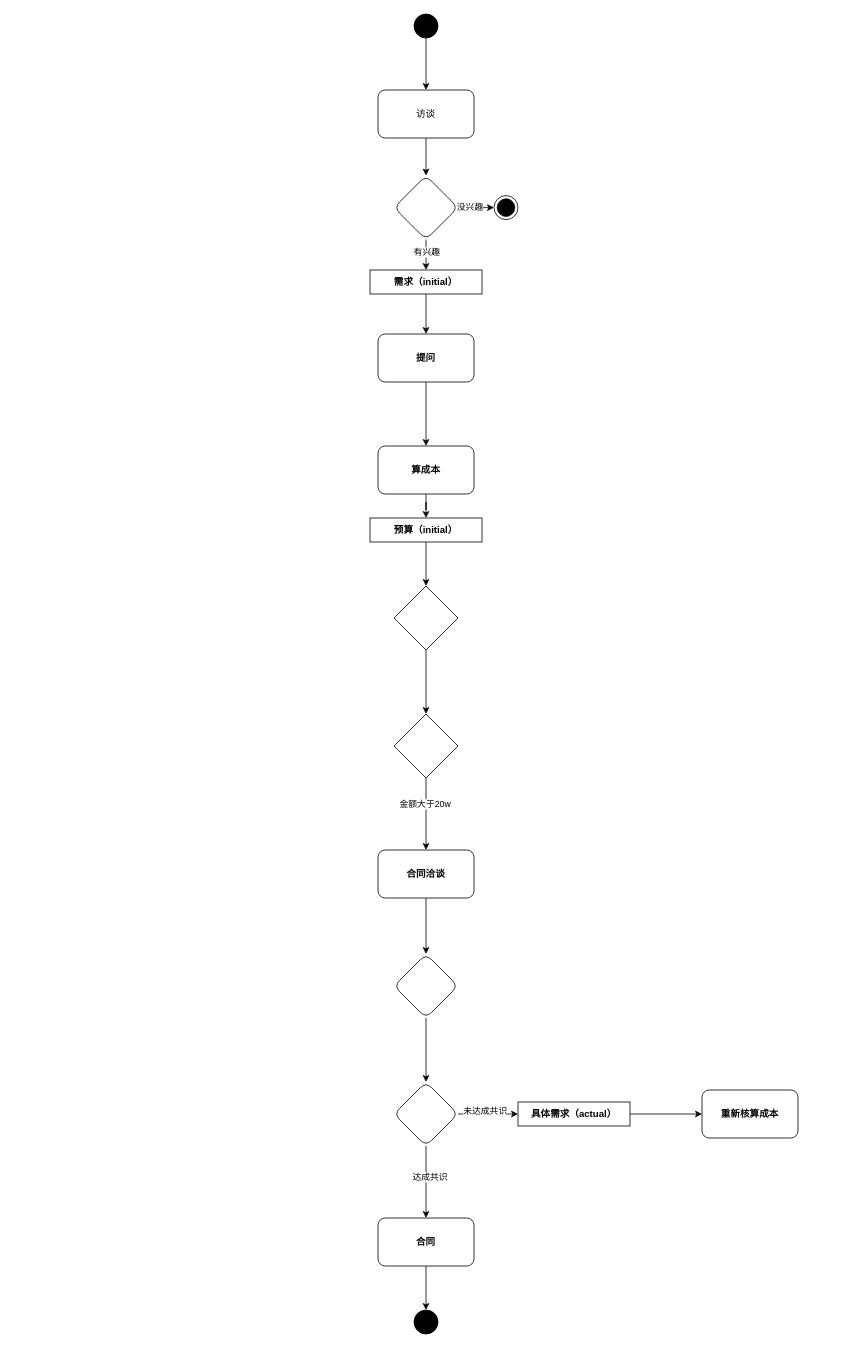
Earlier version of the draw.io diagram 未命名绘图.drawio (markzhang12345/drawio). Source tidied: cells renumbered, new cells numbered last; positions are measured from the earlier drawing's top-left corner, leaving out a move shared by most shapes. Both pictures are drawn from the tidied source at 80%, with x=0, y=0 at pixel (370, 14).
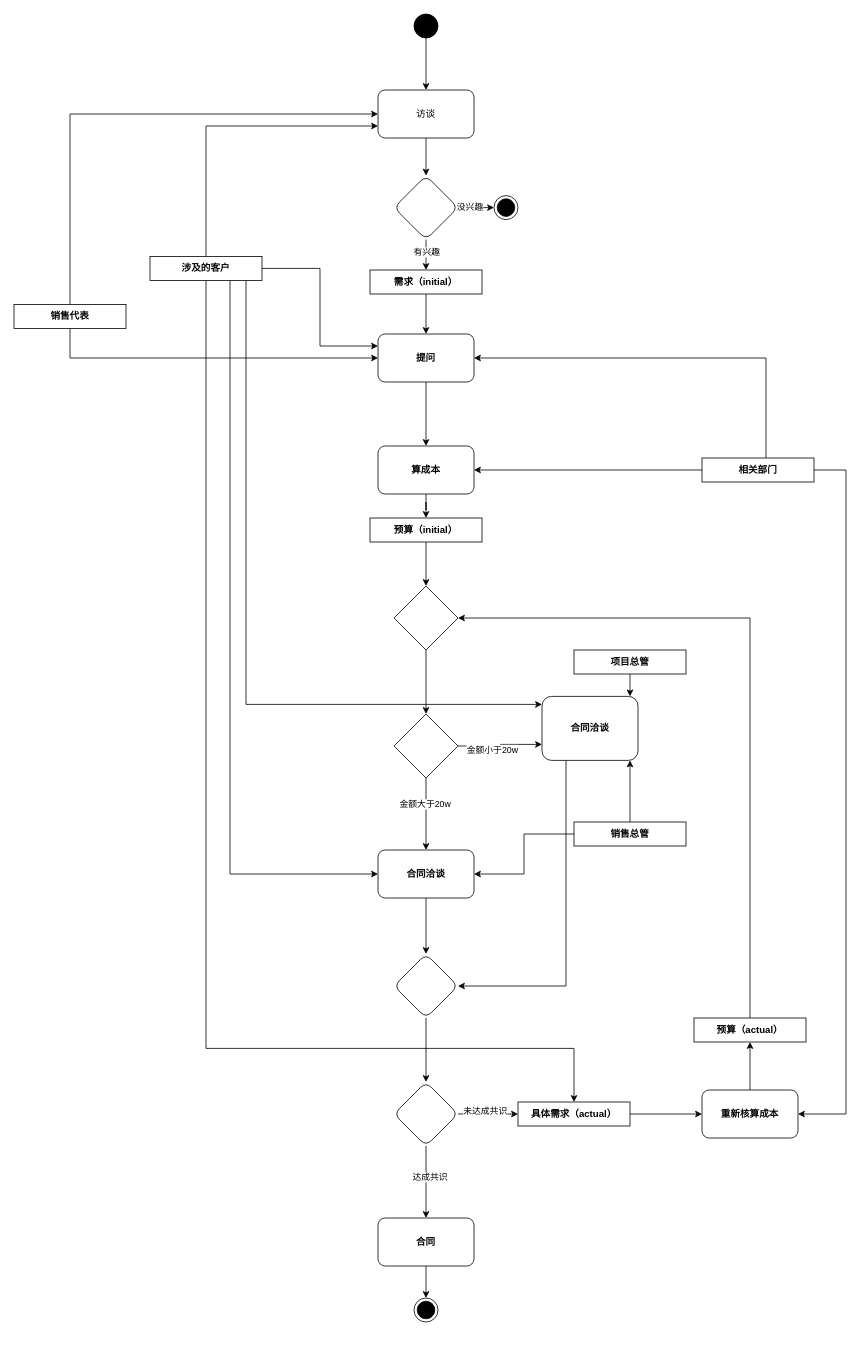
Above is the later version.

Unchanged cells that the change refers to:
```xml
<mxCell id="5" value="访谈" style="rounded=1;whiteSpace=wrap;html=1;fillColor=default;fontSize=12;direction=west;flipV=0;flipH=1;" parent="1" vertex="1">
  <mxGeometry x="10" y="95" width="120" height="60" as="geometry" />
</mxCell>
<mxCell id="15" value="提问" style="rounded=1;whiteSpace=wrap;html=1;fontStyle=1;" parent="1" vertex="1">
  <mxGeometry x="10" y="400" width="120" height="60" as="geometry" />
</mxCell>
<mxCell id="17" value="算成本" style="rounded=1;whiteSpace=wrap;html=1;fontStyle=1;" parent="1" vertex="1">
  <mxGeometry x="10" y="540" width="120" height="60" as="geometry" />
</mxCell>
<mxCell id="21" style="rhombus;whiteSpace=wrap;html=1;fontStyle=1;" parent="1" vertex="1">
  <mxGeometry x="30" y="715" width="80" height="80" as="geometry" />
</mxCell>
<mxCell id="24" style="rhombus;whiteSpace=wrap;html=1;fontStyle=1;" parent="1" vertex="1">
  <mxGeometry x="30" y="875" width="80" height="80" as="geometry" />
</mxCell>
<mxCell id="26" value="合同洽谈" style="rounded=1;whiteSpace=wrap;html=1;fontStyle=1;" parent="1" vertex="1">
  <mxGeometry x="10" y="1045" width="120" height="60" as="geometry" />
</mxCell>
<mxCell id="28" style="rhombus;whiteSpace=wrap;html=1;rounded=1;fontStyle=1;" parent="1" vertex="1">
  <mxGeometry x="30" y="1175" width="80" height="80" as="geometry" />
</mxCell>
<mxCell id="35" value="合同" style="rounded=1;whiteSpace=wrap;html=1;fontStyle=1;" parent="1" vertex="1">
  <mxGeometry x="10" y="1505" width="120" height="60" as="geometry" />
</mxCell>
<mxCell id="38" value="具体需求（actual）" style="fontStyle=1;whiteSpace=wrap;html=1;" parent="1" vertex="1">
  <mxGeometry x="185" y="1360" width="140" height="30" as="geometry" />
</mxCell>
<mxCell id="39" value="重新核算成本" style="rounded=1;whiteSpace=wrap;html=1;fontStyle=1;" parent="1" vertex="1">
  <mxGeometry x="415" y="1345" width="120" height="60" as="geometry" />
</mxCell>
```

Change to the diagram source:
```diff
@@
+    <mxCell id="40" style="edgeStyle=orthogonalEdgeStyle;rounded=0;jettySize=auto;html=1;entryX=0;entryY=0.75;entryDx=0;entryDy=0;" parent="1" edge="1" source="24" target="50">
+      <mxGeometry relative="1" as="geometry">
+        <Array as="points">
+          <mxPoint x="163" y="915" />
+          <mxPoint x="163" y="913" />
+        </Array>
+      </mxGeometry>
+    </mxCell>
+    <mxCell id="41" value="金额小于20w" style="edgeLabel;html=1;align=center;verticalAlign=middle;" parent="40" vertex="1">
+      <mxGeometry x="-0.22" y="-4" relative="1" as="geometry" />
+    </mxCell>
@@
-    <mxCell id="34" style="edgeStyle=orthogonalEdgeStyle;rounded=0;jettySize=auto;html=1;" parent="1" edge="1" source="35" target="36">
+    <mxCell id="34" style="edgeStyle=orthogonalEdgeStyle;rounded=0;jettySize=auto;html=1;" parent="1" edge="1" source="35" target="65">
       <mxGeometry relative="1" as="geometry" />
     </mxCell>
@@
-    <mxCell id="36" style="ellipse;fillColor=strokeColor;html=1;" parent="1" vertex="1">
-      <mxGeometry x="55" y="1620" width="30" height="30" as="geometry" />
-    </mxCell>
@@
+    <mxCell id="42" style="edgeStyle=orthogonalEdgeStyle;rounded=0;jettySize=auto;html=1;" parent="1" edge="1" source="39" target="44">
+      <mxGeometry relative="1" as="geometry" />
+    </mxCell>
@@
+    <mxCell id="43" style="edgeStyle=orthogonalEdgeStyle;rounded=0;jettySize=auto;html=1;entryX=1;entryY=0.5;entryDx=0;entryDy=0;exitX=0.5;exitY=0;exitDx=0;exitDy=0;" parent="1" edge="1" source="44" target="21">
+      <mxGeometry relative="1" as="geometry" />
+    </mxCell>
+    <mxCell id="44" value="预算（actual）" style="fontStyle=1;whiteSpace=wrap;html=1;" parent="1" vertex="1">
+      <mxGeometry x="405" y="1255" width="140" height="30" as="geometry" />
+    </mxCell>
+    <mxCell id="45" style="edgeStyle=orthogonalEdgeStyle;rounded=0;jettySize=auto;html=1;entryX=1;entryY=0.5;entryDx=0;entryDy=0;" parent="1" edge="1" source="48" target="39">
+      <mxGeometry relative="1" as="geometry">
+        <Array as="points">
+          <mxPoint x="595" y="570" />
+          <mxPoint x="595" y="1375" />
+        </Array>
+      </mxGeometry>
+    </mxCell>
+    <mxCell id="46" style="edgeStyle=orthogonalEdgeStyle;rounded=0;jettySize=auto;html=1;" parent="1" edge="1" source="48" target="17">
+      <mxGeometry relative="1" as="geometry" />
+    </mxCell>
+    <mxCell id="47" style="edgeStyle=orthogonalEdgeStyle;rounded=0;jettySize=auto;html=1;entryX=1;entryY=0.5;entryDx=0;entryDy=0;" parent="1" edge="1" source="48" target="15">
+      <mxGeometry relative="1" as="geometry">
+        <Array as="points">
+          <mxPoint x="495" y="430" />
+        </Array>
+      </mxGeometry>
+    </mxCell>
+    <mxCell id="48" value="相关部门" style="fontStyle=1;whiteSpace=wrap;html=1;" parent="1" vertex="1">
+      <mxGeometry x="415" y="555" width="140" height="30" as="geometry" />
+    </mxCell>
+    <mxCell id="49" style="edgeStyle=orthogonalEdgeStyle;rounded=0;jettySize=auto;html=1;entryX=1;entryY=0.5;entryDx=0;entryDy=0;" parent="1" edge="1" source="50" target="28">
+      <mxGeometry relative="1" as="geometry">
+        <Array as="points">
+          <mxPoint x="245" y="1215" />
+        </Array>
+      </mxGeometry>
+    </mxCell>
+    <mxCell id="50" value="合同洽谈" style="rounded=1;whiteSpace=wrap;html=1;fontStyle=1;" parent="1" vertex="1">
+      <mxGeometry x="215" y="853" width="120" height="80" as="geometry" />
+    </mxCell>
+    <mxCell id="51" style="edgeStyle=orthogonalEdgeStyle;rounded=0;jettySize=auto;html=1;" parent="1" edge="1" source="52" target="50">
+      <mxGeometry relative="1" as="geometry">
+        <Array as="points">
+          <mxPoint x="325" y="870" />
+          <mxPoint x="325" y="870" />
+        </Array>
+      </mxGeometry>
+    </mxCell>
+    <mxCell id="52" value="项目总管" style="fontStyle=1;whiteSpace=wrap;html=1;" parent="1" vertex="1">
+      <mxGeometry x="255" y="795" width="140" height="30" as="geometry" />
+    </mxCell>
+    <mxCell id="53" style="edgeStyle=orthogonalEdgeStyle;rounded=0;jettySize=auto;html=1;" parent="1" edge="1" source="55" target="50">
+      <mxGeometry relative="1" as="geometry">
+        <Array as="points">
+          <mxPoint x="325" y="970" />
+          <mxPoint x="325" y="970" />
+        </Array>
+      </mxGeometry>
+    </mxCell>
+    <mxCell id="54" style="edgeStyle=orthogonalEdgeStyle;rounded=0;jettySize=auto;html=1;entryX=1;entryY=0.5;entryDx=0;entryDy=0;" parent="1" edge="1" source="55" target="26">
+      <mxGeometry relative="1" as="geometry" />
+    </mxCell>
+    <mxCell id="55" value="销售总管" style="fontStyle=1;whiteSpace=wrap;html=1;" parent="1" vertex="1">
+      <mxGeometry x="255" y="1010" width="140" height="30" as="geometry" />
+    </mxCell>
+    <mxCell id="56" style="edgeStyle=orthogonalEdgeStyle;rounded=0;jettySize=auto;html=1;entryX=1;entryY=0.5;entryDx=0;entryDy=0;" parent="1" edge="1" source="58" target="5">
+      <mxGeometry relative="1" as="geometry">
+        <Array as="points">
+          <mxPoint x="-375" y="125" />
+        </Array>
+      </mxGeometry>
+    </mxCell>
+    <mxCell id="57" style="edgeStyle=orthogonalEdgeStyle;rounded=0;jettySize=auto;html=1;entryX=0;entryY=0.5;entryDx=0;entryDy=0;" parent="1" edge="1" source="58" target="15">
+      <mxGeometry relative="1" as="geometry">
+        <Array as="points">
+          <mxPoint x="-375" y="430" />
+        </Array>
+      </mxGeometry>
+    </mxCell>
+    <mxCell id="58" value="销售代表" style="fontStyle=1;whiteSpace=wrap;html=1;" parent="1" vertex="1">
+      <mxGeometry x="-445" y="363" width="140" height="30" as="geometry" />
+    </mxCell>
+    <mxCell id="59" style="edgeStyle=orthogonalEdgeStyle;rounded=0;jettySize=auto;html=1;entryX=1;entryY=0.25;entryDx=0;entryDy=0;" parent="1" edge="1" source="64" target="5">
+      <mxGeometry relative="1" as="geometry">
+        <Array as="points">
+          <mxPoint x="-205" y="140" />
+        </Array>
+      </mxGeometry>
+    </mxCell>
+    <mxCell id="60" style="edgeStyle=orthogonalEdgeStyle;rounded=0;jettySize=auto;html=1;entryX=0;entryY=0.25;entryDx=0;entryDy=0;" parent="1" edge="1" source="64" target="15">
+      <mxGeometry relative="1" as="geometry" />
+    </mxCell>
+    <mxCell id="61" style="edgeStyle=orthogonalEdgeStyle;rounded=0;jettySize=auto;html=1;" parent="1" edge="1" source="64">
+      <mxGeometry relative="1" as="geometry">
+        <mxPoint x="215" y="863" as="targetPoint" />
+        <Array as="points">
+          <mxPoint x="-155" y="863" />
+          <mxPoint x="215" y="863" />
+        </Array>
+      </mxGeometry>
+    </mxCell>
+    <mxCell id="62" style="edgeStyle=orthogonalEdgeStyle;rounded=0;jettySize=auto;html=1;entryX=0;entryY=0.5;entryDx=0;entryDy=0;" parent="1" edge="1" source="64" target="26">
+      <mxGeometry relative="1" as="geometry">
+        <Array as="points">
+          <mxPoint x="-175" y="1075" />
+        </Array>
+      </mxGeometry>
+    </mxCell>
+    <mxCell id="63" style="edgeStyle=orthogonalEdgeStyle;rounded=0;jettySize=auto;html=1;entryX=0.5;entryY=0;entryDx=0;entryDy=0;" parent="1" edge="1" source="64" target="38">
+      <mxGeometry relative="1" as="geometry">
+        <Array as="points">
+          <mxPoint x="-205" y="1293" />
+          <mxPoint x="255" y="1293" />
+        </Array>
+      </mxGeometry>
+    </mxCell>
+    <mxCell id="64" value="涉及的客户" style="fontStyle=1;whiteSpace=wrap;html=1;" parent="1" vertex="1">
+      <mxGeometry x="-275" y="303" width="140" height="30" as="geometry" />
+    </mxCell>
+    <mxCell id="65" style="ellipse;html=1;shape=endState;fillColor=strokeColor;" parent="1" vertex="1">
+      <mxGeometry x="55" y="1605" width="30" height="30" as="geometry" />
+    </mxCell>
```
